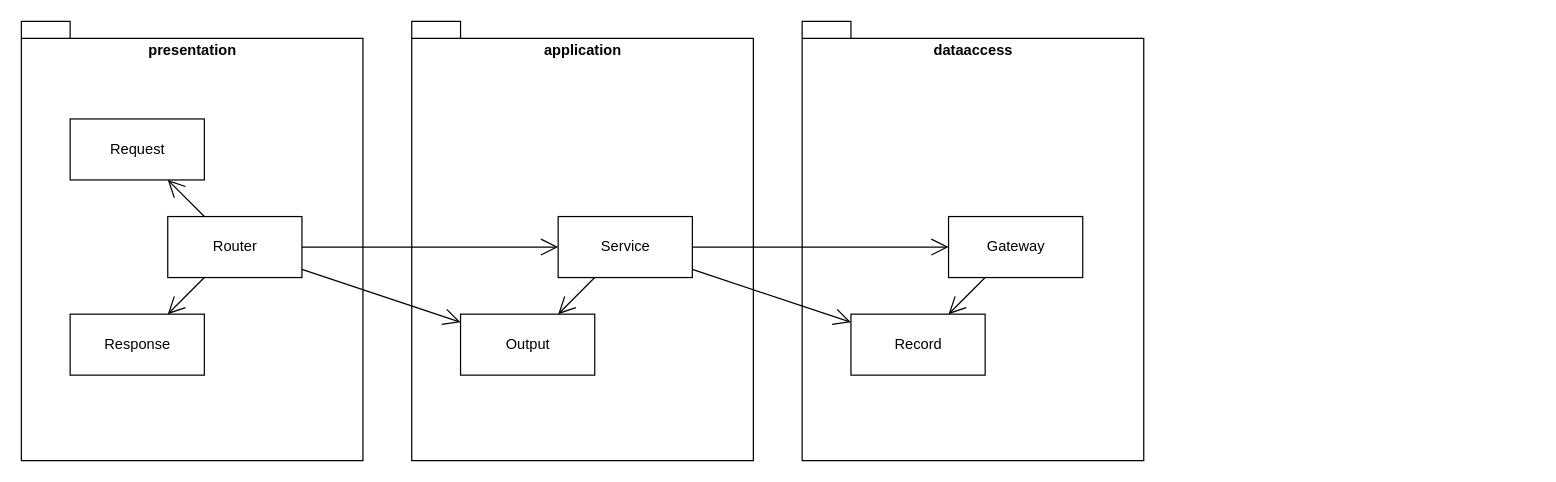
This is docs/architecture.drawio from arakaworld/improved-octo-pancake, a draw.io file, before an edit. Source tidied: cells renumbered, new cells numbered last; positions are measured from the earlier drawing's top-left corner, leaving out a move shared by most shapes. Both pictures are drawn from the tidied source at 122%, with x=0, y=0 at pixel (21, 21).
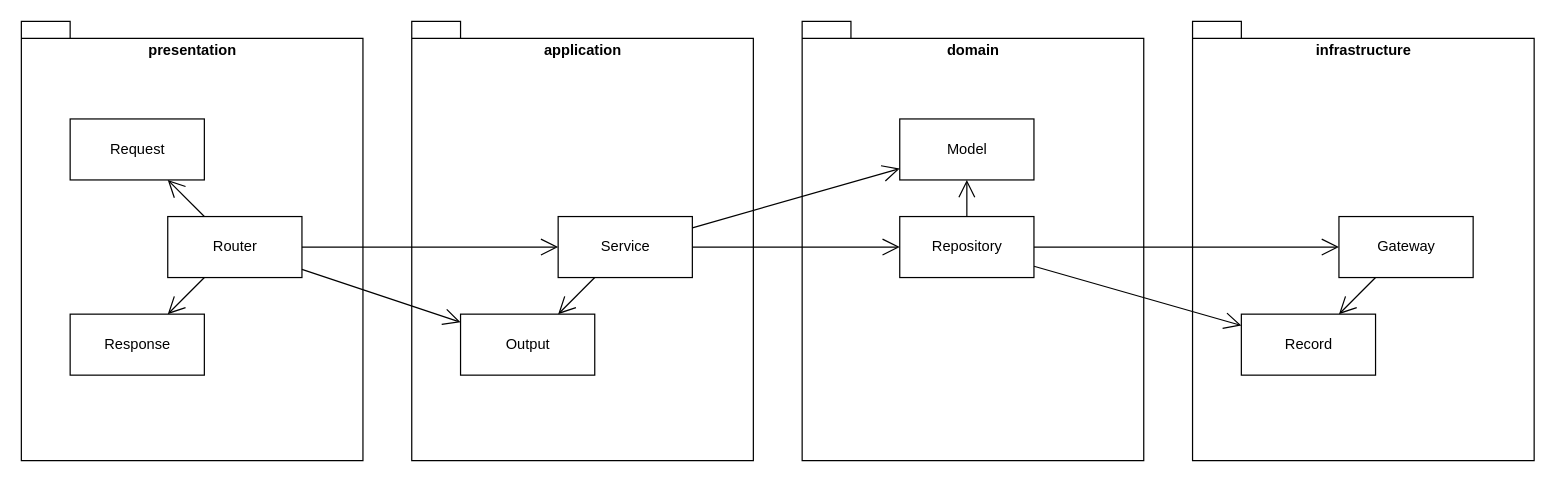
Above is the later version.

Unchanged cells that the change refers to:
```xml
<mxCell id="8" value="Service" style="html=1;" parent="1" vertex="1">
  <mxGeometry x="440" y="160" width="110" height="50" as="geometry" />
</mxCell>
```

The edit, as a diff of the source:
```diff
@@
+    <mxCell id="20" value="domain" style="shape=folder;fontStyle=1;spacingTop=10;tabWidth=40;tabHeight=14;tabPosition=left;html=1;verticalAlign=top;fillColor=none;" parent="1" vertex="1">
+      <mxGeometry x="640" width="280" height="360" as="geometry" />
+    </mxCell>
@@
-    <mxCell id="4" value="dataaccess" style="shape=folder;fontStyle=1;spacingTop=10;tabWidth=40;tabHeight=14;tabPosition=left;html=1;verticalAlign=top;fillColor=none;" parent="1" vertex="1">
-      <mxGeometry x="640" width="280" height="360" as="geometry" />
+    <mxCell id="4" value="infrastructure" style="shape=folder;fontStyle=1;spacingTop=10;tabWidth=40;tabHeight=14;tabPosition=left;html=1;verticalAlign=top;fillColor=none;" parent="1" vertex="1">
+      <mxGeometry x="960" width="280" height="360" as="geometry" />
     </mxCell>
@@
     <mxCell id="10" value="Gateway" style="html=1;" parent="1" vertex="1">
-      <mxGeometry x="760" y="160" width="110" height="50" as="geometry" />
+      <mxGeometry x="1080" y="160" width="110" height="50" as="geometry" />
     </mxCell>
     <mxCell id="11" value="Record" style="html=1;" parent="1" vertex="1">
-      <mxGeometry x="680" y="240" width="110" height="50" as="geometry" />
+      <mxGeometry x="1000" y="240" width="110" height="50" as="geometry" />
     </mxCell>
@@
-    <mxCell id="17" style="endArrow=open;endFill=1;endSize=12;html=1;" parent="1" edge="1" source="8" target="11">
+    <mxCell id="17" style="endArrow=open;endFill=1;endSize=12;html=1;" parent="1" edge="1" source="23" target="11">
       <mxGeometry relative="1" as="geometry" />
     </mxCell>
-    <mxCell id="18" style="endArrow=open;endFill=1;endSize=12;html=1;" parent="1" edge="1" source="8" target="10">
+    <mxCell id="18" style="endArrow=open;endFill=1;endSize=12;html=1;" parent="1" edge="1" source="8" target="23">
       <mxGeometry relative="1" as="geometry" />
     </mxCell>
@@
+    <mxCell id="21" value="Model" style="html=1;" parent="1" vertex="1">
+      <mxGeometry x="720" y="80" width="110" height="50" as="geometry" />
+    </mxCell>
+    <mxCell id="22" style="endArrow=open;endFill=1;endSize=12;html=1;" parent="1" edge="1" source="8" target="21">
+      <mxGeometry relative="1" as="geometry" />
+    </mxCell>
+    <mxCell id="23" value="Repository" style="html=1;" parent="1" vertex="1">
+      <mxGeometry x="720" y="160" width="110" height="50" as="geometry" />
+    </mxCell>
+    <mxCell id="24" style="endArrow=open;endFill=1;endSize=12;html=1;" parent="1" edge="1" source="23" target="10">
+      <mxGeometry relative="1" as="geometry" />
+    </mxCell>
+    <mxCell id="25" style="endArrow=open;endFill=1;endSize=12;html=1;" parent="1" edge="1" source="23" target="21">
+      <mxGeometry relative="1" as="geometry" />
+    </mxCell>
```
